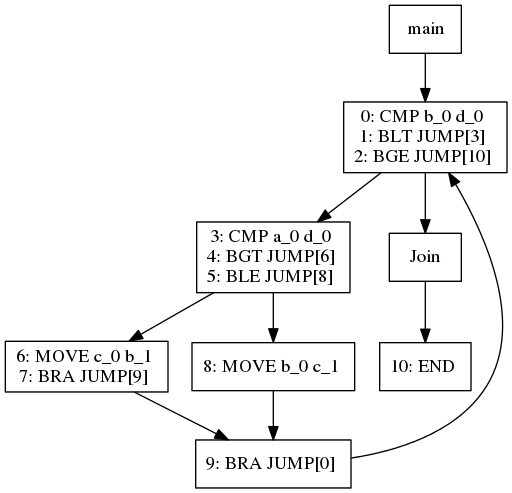
This is viz/test011.dot.png from jiahanwang/PL241-Compiler, a Graphviz export, as it was before one commit. Its source is kept beside it as viz/test011.dot.
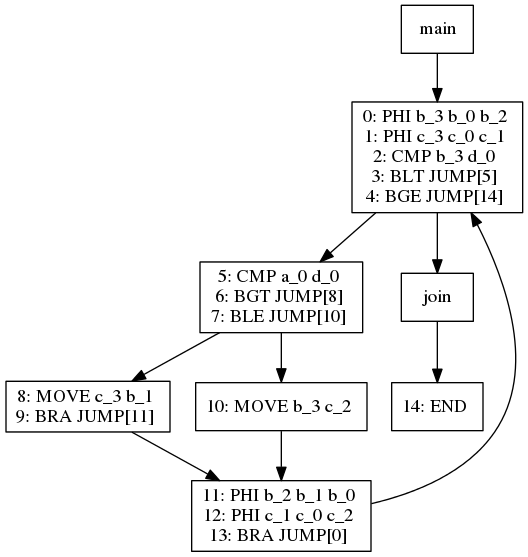
Later version of the same file.

The edit, as a diff of the source:
```diff
@@ -2,30 +2,34 @@
 node [shape=box]
 1[label="main"]
 1 -> 3
-3[label="0: CMP b_0 d_0
-1: BLT JUMP[3]
-2: BGE JUMP[10]
+3[label="0: PHI b_3 b_0 b_2
+1: PHI c_3 c_0 c_1
+2: CMP b_3 d_0
+3: BLT JUMP[5]
+4: BGE JUMP[14]
 "]
 3 -> 5
-5[label="3: CMP a_0 d_0
-4: BGT JUMP[6]
-5: BLE JUMP[8]
+5[label="5: CMP a_0 d_0
+6: BGT JUMP[8]
+7: BLE JUMP[10]
 "]
 5 -> 7
-7[label="6: MOVE c_0 b_1
-7: BRA JUMP[9]
+7[label="8: MOVE c_3 b_1
+9: BRA JUMP[11]
 "]
 7 -> 6
-6[label="9: BRA JUMP[0]
+6[label="11: PHI b_2 b_1 b_0
+12: PHI c_1 c_0 c_2
+13: BRA JUMP[0]
 "]
 6 -> 3
 5 -> 8
-8[label="8: MOVE b_0 c_1
+8[label="10: MOVE b_3 c_2
 "]
 8 -> 6
 3 -> 4
-4[label="Join"]
+4[label="join"]
 4 -> 9
-9[label="10: END
+9[label="14: END
 "]
 }
```
